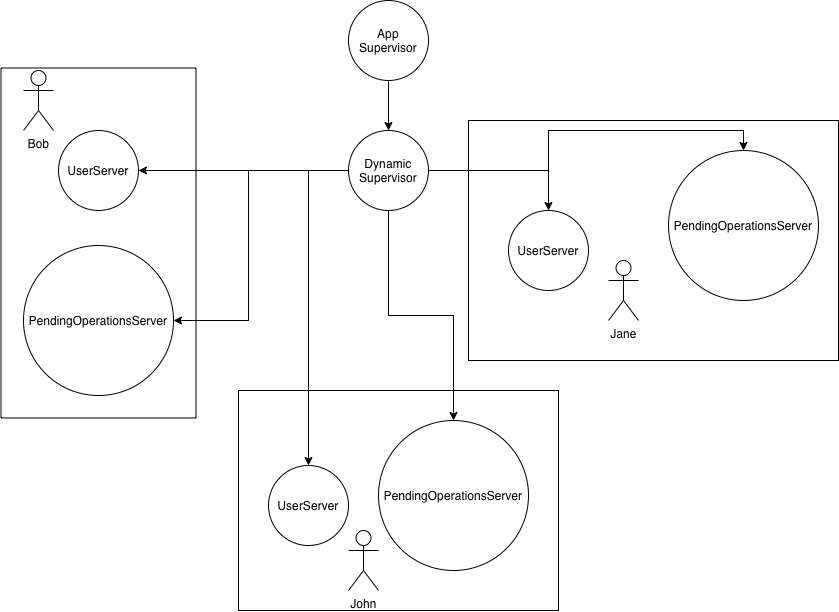
This is ex_banking.png from southtony/ex_banking, a draw.io export, as it was before one commit. Source tidied: cells renumbered, new cells last; positions are measured from the earlier drawing's top-left corner, leaving out a move shared by most shapes.
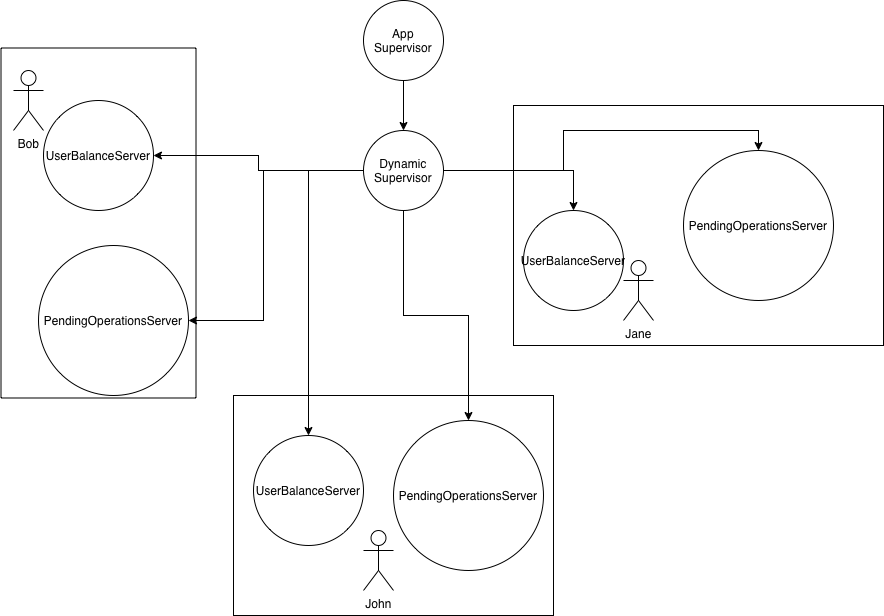
The same file after the commit.

What changed in the source:
```diff
@@ -19,32 +19,32 @@
         </Array>
       </mxGeometry>
     </mxCell>
-    <mxCell id="6" style="edgeStyle=orthogonalEdgeStyle;rounded=0;jettySize=auto;html=1;entryX=0.5;entryY=0;entryDx=0;entryDy=0;" parent="1" edge="1" source="9" target="13">
-      <mxGeometry relative="1" as="geometry" />
-    </mxCell>
     <mxCell id="7" style="edgeStyle=orthogonalEdgeStyle;rounded=0;jettySize=auto;html=1;entryX=0.5;entryY=0;entryDx=0;entryDy=0;" parent="1" edge="1" source="9" target="14">
       <mxGeometry relative="1" as="geometry" />
     </mxCell>
     <mxCell id="8" style="edgeStyle=orthogonalEdgeStyle;rounded=0;jettySize=auto;html=1;entryX=0.5;entryY=0;entryDx=0;entryDy=0;" parent="1" edge="1" source="9" target="15">
       <mxGeometry relative="1" as="geometry" />
     </mxCell>
+    <mxCell id="6" style="edgeStyle=orthogonalEdgeStyle;rounded=0;jettySize=auto;html=1;entryX=0.5;entryY=0;entryDx=0;entryDy=0;" parent="1" edge="1" source="9" target="13">
+      <mxGeometry relative="1" as="geometry" />
+    </mxCell>
     <mxCell id="9" value="Dynamic Supervisor" style="ellipse;whiteSpace=wrap;html=1;" parent="1" vertex="1">
       <mxGeometry x="425" y="130" width="80" height="80" as="geometry" />
     </mxCell>
-    <mxCell id="10" value="UserServer&lt;br&gt;" style="ellipse;whiteSpace=wrap;html=1;" parent="1" vertex="1">
-      <mxGeometry x="135" y="130" width="80" height="80" as="geometry" />
+    <mxCell id="10" value="UserBalanceServer" style="ellipse;whiteSpace=wrap;html=1;" parent="1" vertex="1">
+      <mxGeometry x="105" y="100" width="110" height="110" as="geometry" />
     </mxCell>
     <mxCell id="11" value="PendingOperationsServer&lt;br&gt;" style="ellipse;whiteSpace=wrap;html=1;" parent="1" vertex="1">
       <mxGeometry x="100" y="245" width="150" height="150" as="geometry" />
     </mxCell>
-    <mxCell id="12" value="UserServer&lt;br&gt;" style="ellipse;whiteSpace=wrap;html=1;" parent="1" vertex="1">
-      <mxGeometry x="345" y="465" width="80" height="80" as="geometry" />
+    <mxCell id="12" value="UserBalanceServer" style="ellipse;whiteSpace=wrap;html=1;" parent="1" vertex="1">
+      <mxGeometry x="315" y="435" width="110" height="110" as="geometry" />
     </mxCell>
     <mxCell id="13" value="PendingOperationsServer&lt;br&gt;" style="ellipse;whiteSpace=wrap;html=1;" parent="1" vertex="1">
       <mxGeometry x="455" y="420" width="150" height="150" as="geometry" />
     </mxCell>
-    <mxCell id="14" value="UserServer&lt;br&gt;" style="ellipse;whiteSpace=wrap;html=1;" parent="1" vertex="1">
-      <mxGeometry x="585" y="210" width="80" height="80" as="geometry" />
+    <mxCell id="14" value="UserBalanceServer" style="ellipse;whiteSpace=wrap;html=1;" parent="1" vertex="1">
+      <mxGeometry x="585" y="210" width="100" height="100" as="geometry" />
     </mxCell>
     <mxCell id="15" value="PendingOperationsServer&lt;br&gt;" style="ellipse;whiteSpace=wrap;html=1;" parent="1" vertex="1">
       <mxGeometry x="745" y="150" width="150" height="150" as="geometry" />
@@ -52,17 +52,14 @@
     <mxCell id="16" style="edgeStyle=orthogonalEdgeStyle;rounded=0;jettySize=auto;html=1;entryX=0.5;entryY=0;entryDx=0;entryDy=0;exitX=0;exitY=0.5;exitDx=0;exitDy=0;" parent="1" edge="1" source="9" target="12">
       <mxGeometry relative="1" as="geometry" />
     </mxCell>
-    <mxCell id="17" style="rounded=0;whiteSpace=wrap;html=1;fillColor=none;" parent="1" vertex="1">
-      <mxGeometry x="315" y="390" width="320" height="220" as="geometry" />
-    </mxCell>
     <mxCell id="18" style="rounded=0;whiteSpace=wrap;html=1;rotation=90;fillColor=none;" parent="1" vertex="1">
-      <mxGeometry y="145" width="350" height="195" as="geometry" />
+      <mxGeometry x="-15" y="125" width="350" height="195" as="geometry" />
     </mxCell>
     <mxCell id="19" value="Bob&lt;br&gt;" style="shape=umlActor;verticalLabelPosition=bottom;verticalAlign=top;html=1;fillColor=none;" parent="1" vertex="1">
-      <mxGeometry x="100" y="70" width="30" height="60" as="geometry" />
+      <mxGeometry x="75" y="70" width="30" height="60" as="geometry" />
     </mxCell>
     <mxCell id="20" style="rounded=0;whiteSpace=wrap;html=1;fillColor=none;" parent="1" vertex="1">
-      <mxGeometry x="545" y="120" width="370" height="240" as="geometry" />
+      <mxGeometry x="575" y="105" width="370" height="240" as="geometry" />
     </mxCell>
     <mxCell id="21" value="John&lt;br&gt;" style="shape=umlActor;verticalLabelPosition=bottom;verticalAlign=top;html=1;fillColor=none;" parent="1" vertex="1">
       <mxGeometry x="425" y="530" width="30" height="60" as="geometry" />
@@ -70,5 +67,8 @@
     <mxCell id="22" value="Jane&lt;br&gt;" style="shape=umlActor;verticalLabelPosition=bottom;verticalAlign=top;html=1;fillColor=none;" parent="1" vertex="1">
       <mxGeometry x="685" y="260" width="30" height="60" as="geometry" />
     </mxCell>
+    <mxCell id="17" style="rounded=0;whiteSpace=wrap;html=1;fillColor=none;" parent="1" vertex="1">
+      <mxGeometry x="295" y="395" width="320" height="220" as="geometry" />
+    </mxCell>
   </root>
 </mxGraphModel>
```
